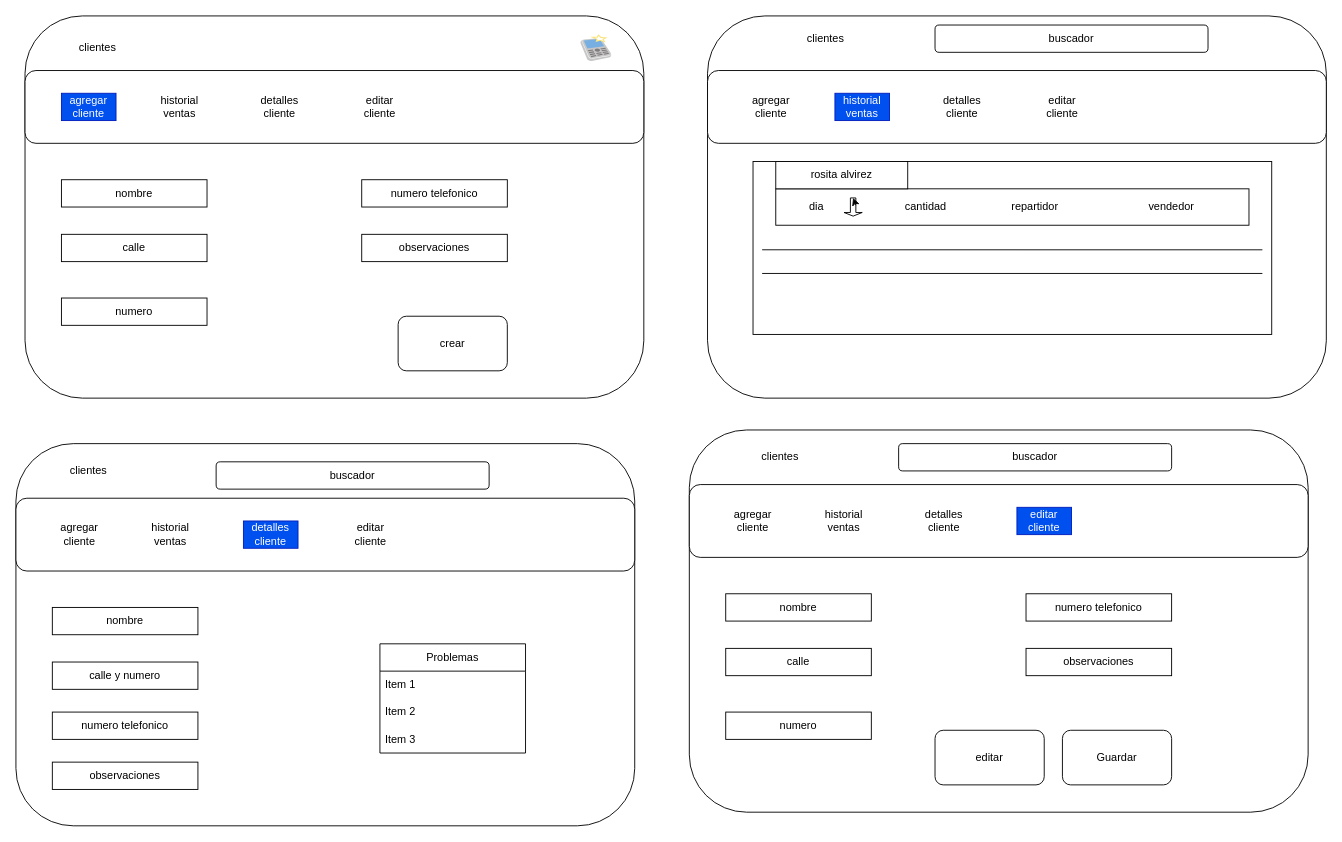
The draw.io diagram page "cliente" (1 of 8) of pruebas.drawio in JUAN-V-GTI/purificadoraFrontERP, before the edit. Source tidied: cells renumbered, new cells numbered last; positions are measured from the earlier drawing's top-left corner, leaving out a move shared by most shapes. Both pictures are drawn from the tidied source at 91%, with x=0, y=0 at pixel (15, 15).
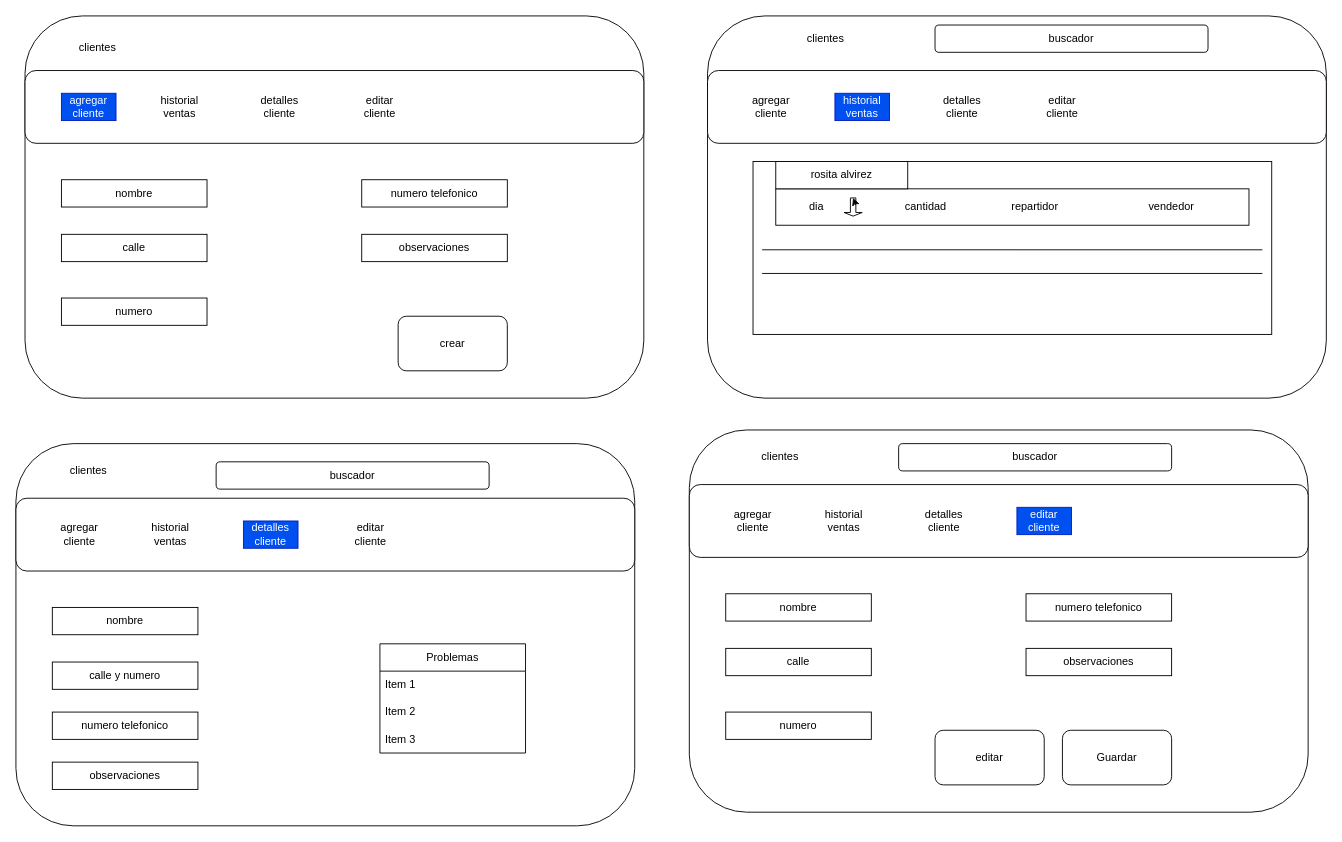
Above is the later version.

The edit, as a diff of the source:
```diff
@@
-    <mxCell id="48" style="dashed=0;html=1;align=center;labelPosition=center;verticalLabelPosition=bottom;verticalAlign=top;shape=mxgraph.weblogos.phonefavs;" parent="1" vertex="1">
-      <mxGeometry x="620" y="20" width="34.4" height="30" as="geometry" />
-    </mxCell>
```
